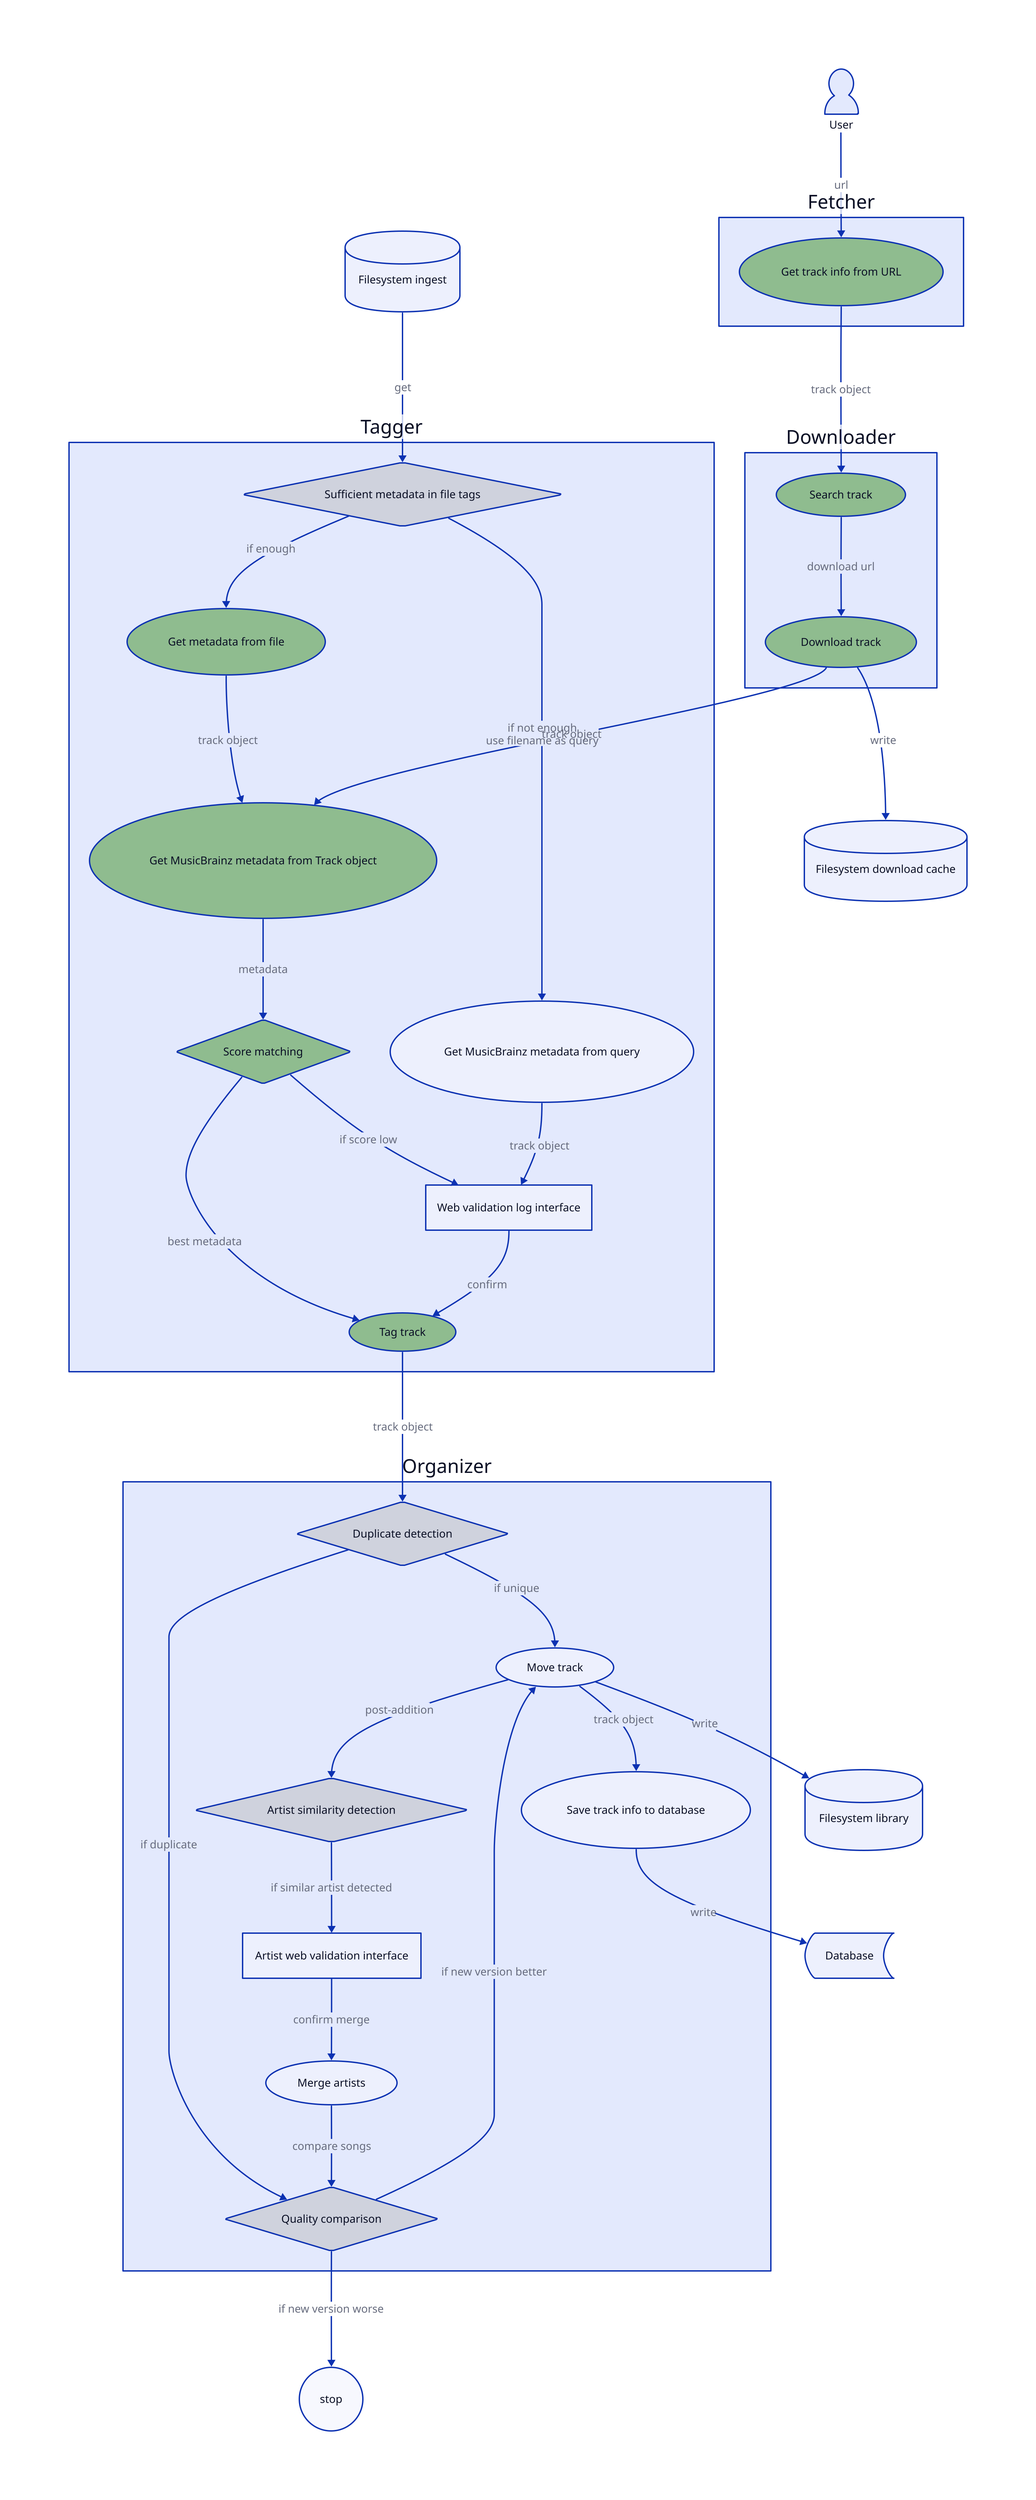
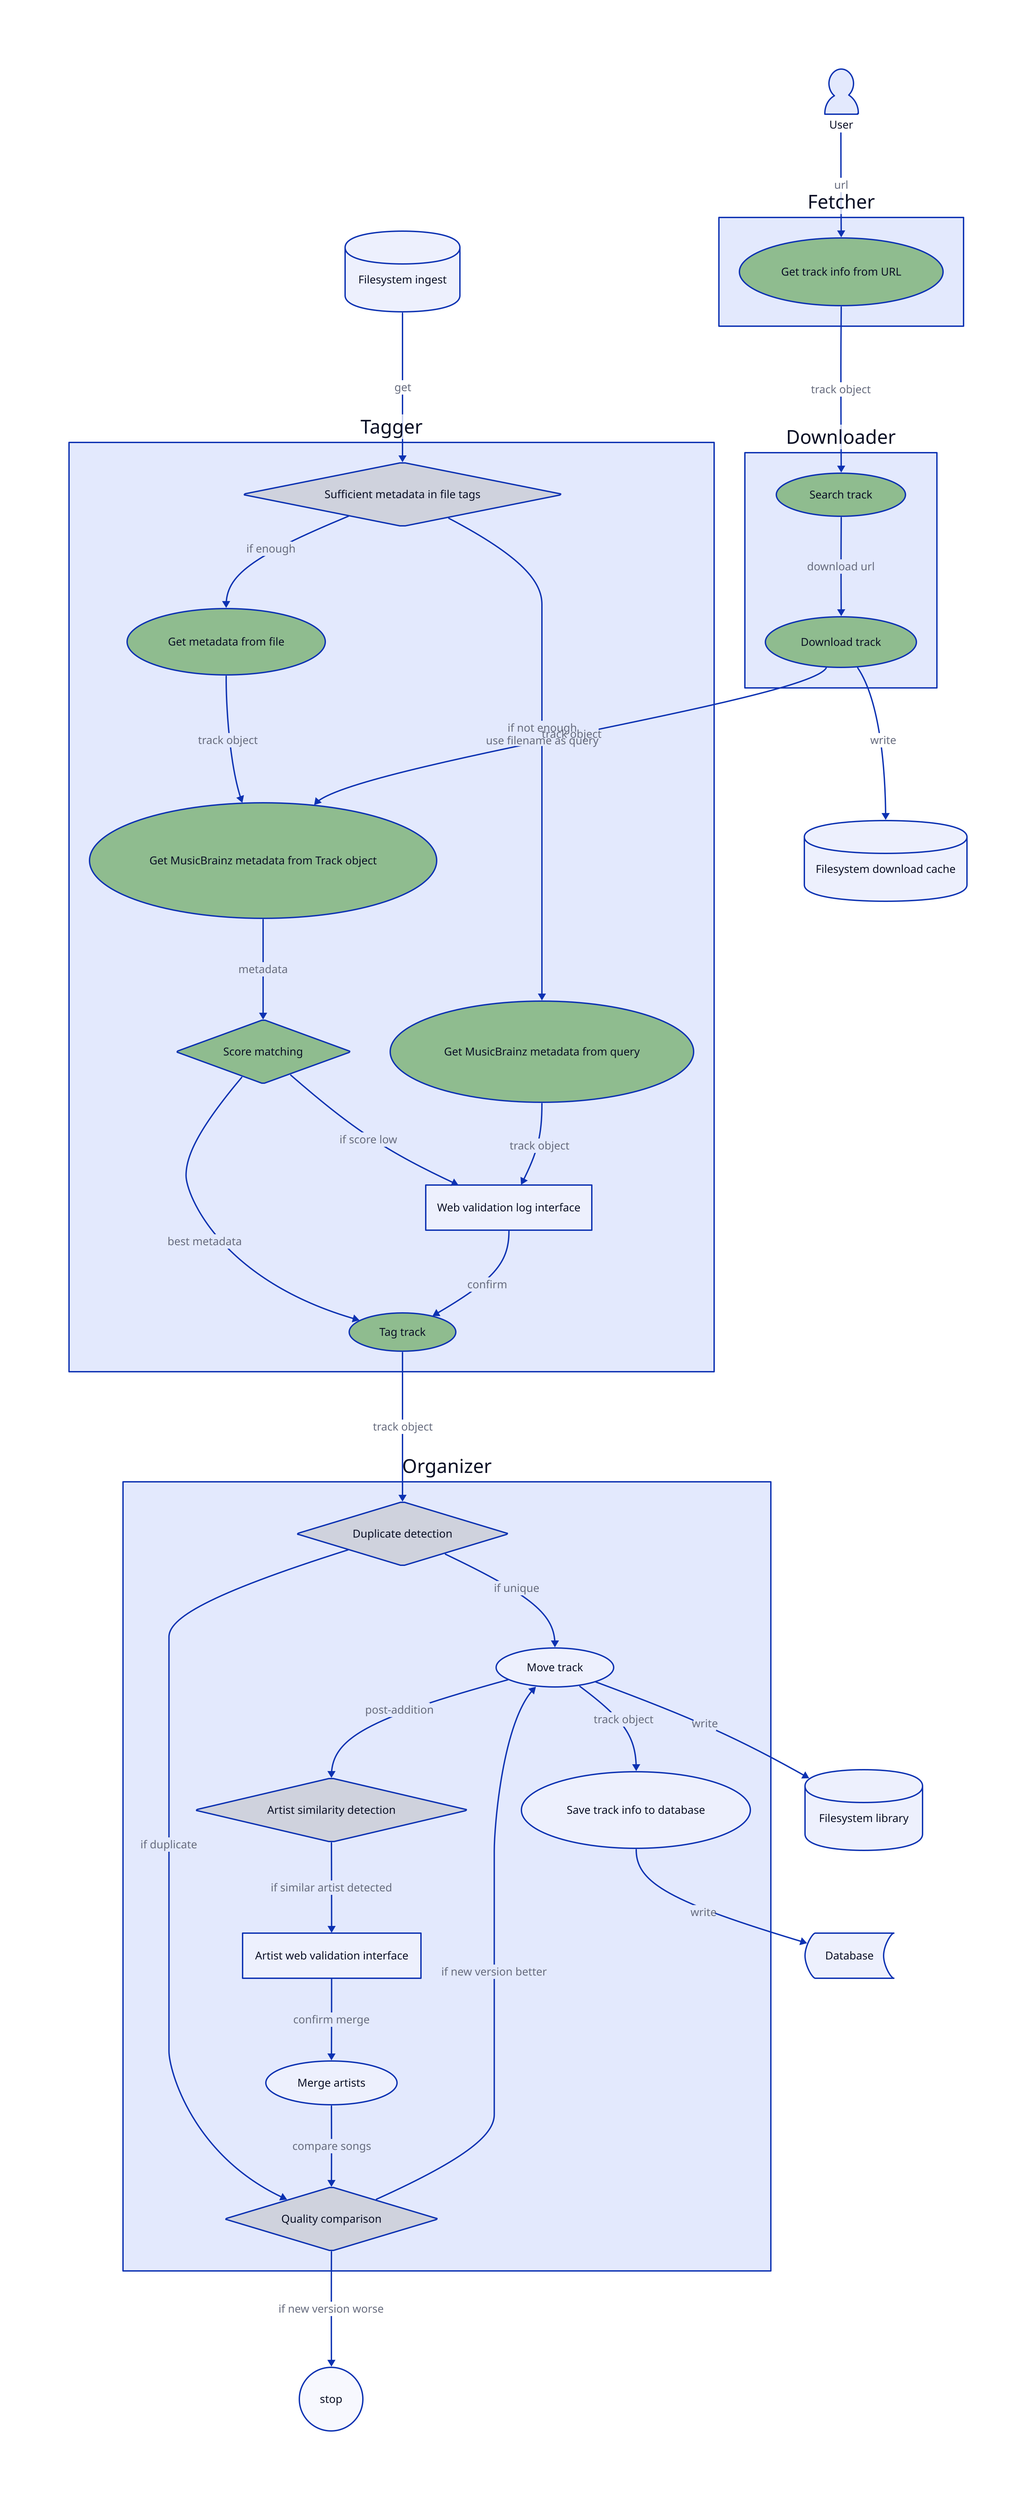
vars: {
    d2-config: {
        layout-engine: dagre
        # Terminal theme code
        theme-id: 200
    }
}

user: "User" {
    shape: person
}

fetcher: "Fetcher" {
    get_track_info_from_url: "Get track info from URL" {
        shape: oval
        style.fill: "darkseagreen"
    }
}

downloader: "Downloader" {
    search_track: "Search track" {
        shape: oval
        style.fill: "darkseagreen"
    }
    download_track: "Download track" {
        shape: oval
        style.fill: "darkseagreen"
    }
}

tagger: "Tagger" {
    get_music_brainz_metadata_from_track_object: "Get MusicBrainz metadata from Track object" {
        shape: oval
        style.fill: "darkseagreen"
    }
    get_music_brainz_metadata_from_query: "Get MusicBrainz metadata from query" {
        shape: oval
-         # style.fill: "darkseagreen"
+         style.fill: "darkseagreen"
    }
    score_matching: "Score matching" {
        shape: diamond
        style.fill: "darkseagreen"
    }
    tag_track: "Tag track" {
        shape: oval
        style.fill: "darkseagreen"
    }
    get_metadata_from_file: "Get metadata from file" {
        shape: oval
        style.fill: "darkseagreen"
    }
    sufficient_metadata: "Sufficient metadata in file tags" {
        shape: diamond
    }
    web_validation: "Web validation log interface"

    get_music_brainz_metadata_from_track_object -> score_matching: "metadata"
    get_metadata_from_file -> get_music_brainz_metadata_from_track_object: "track object"
    sufficient_metadata -> get_metadata_from_file: "if enough"
    sufficient_metadata -> get_music_brainz_metadata_from_query: "if not enough\nuse filename as query"
    score_matching -> tag_track: "best metadata"
    score_matching -> web_validation: "if score low"
    get_music_brainz_metadata_from_query -> web_validation: "track object"
    web_validation -> tag_track: "confirm"
}

organizer: "Organizer" {
    duplicate_detection: "Duplicate detection" {
        shape: diamond
    }
    quality_comparison: "Quality comparison" {
        shape: diamond
    }
    move_track: "Move track" {
        shape: oval
    }
    save_track_info_to_db: "Save track info to database" {
        shape: oval
    }
    artist_similarity_detection: "Artist similarity detection" {
        shape: diamond
    }
    merge_artists: "Merge artists" {
        shape: oval
    }

    artist_web_validation: "Artist web validation interface"

    # Branche de détection de duplicata
    duplicate_detection -> move_track: "if unique"
    duplicate_detection -> quality_comparison: "if duplicate"
    quality_comparison -> move_track: "if new version better"

    # Après ajout, mise à jour de la bibliothèque et base de données
    move_track -> save_track_info_to_db: "track object"

    # Détection d’artistes similaires
    move_track -> artist_similarity_detection: "post-addition"
    artist_similarity_detection -> artist_web_validation: "if similar artist detected"
    artist_web_validation -> merge_artists: "confirm merge"
    merge_artists -> quality_comparison: "compare songs"
}

stop: {
    shape: circle
}

fs_cache: "Filesystem download cache" {
    shape: cylinder
}

fs_ingest: "Filesystem ingest" {
    shape: cylinder
}

fs_library: "Filesystem library" {
    shape: cylinder
}

db: "Database" {
    shape: stored_data
}

# Relations

user -> fetcher.get_track_info_from_url: "url"
fetcher.get_track_info_from_url -> downloader.search_track: "track object"
downloader.search_track -> downloader.download_track: "download url"
downloader.download_track -> fs_cache: "write"
downloader.download_track -> tagger.get_music_brainz_metadata_from_track_object: "track object"
fs_ingest -> tagger.sufficient_metadata: "get"
tagger.tag_track -> organizer.duplicate_detection: "track object"
organizer.move_track -> fs_library: "write"
organizer.save_track_info_to_db -> db: "write"
organizer.quality_comparison -> stop: "if new version worse"
